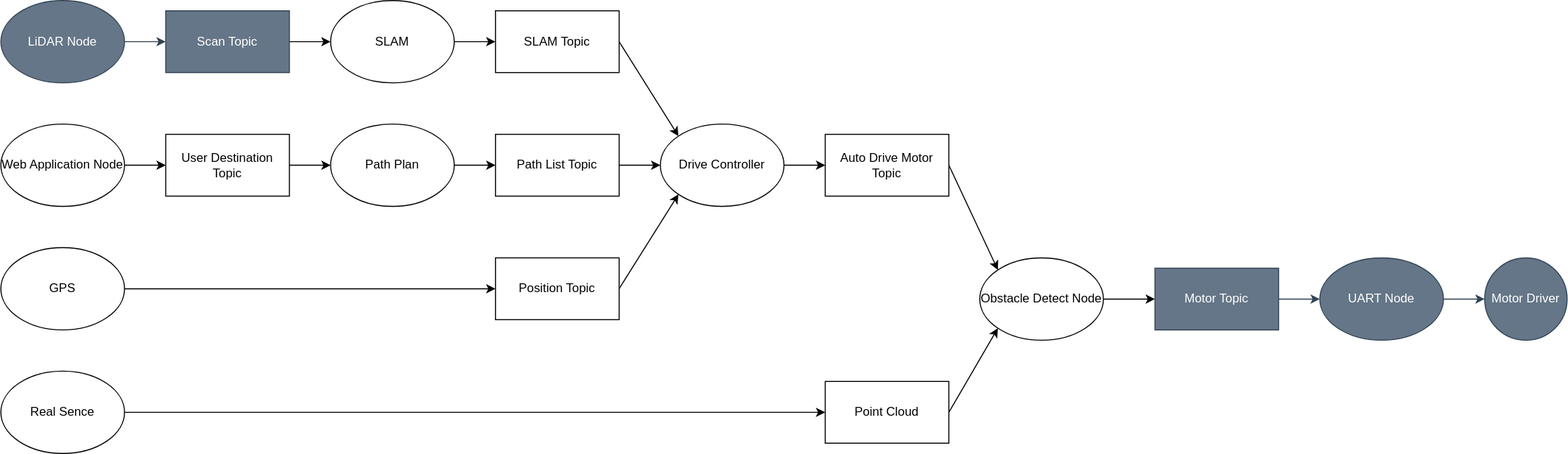
iCCD-MovingBoard/Ugokuita_ws keeps this draw.io diagram as 構成図.drawio.svg. Above is the earlier version. Source tidied: cells renumbered, new cells last; positions are measured from the earlier drawing's top-left corner, leaving out a move shared by most shapes.
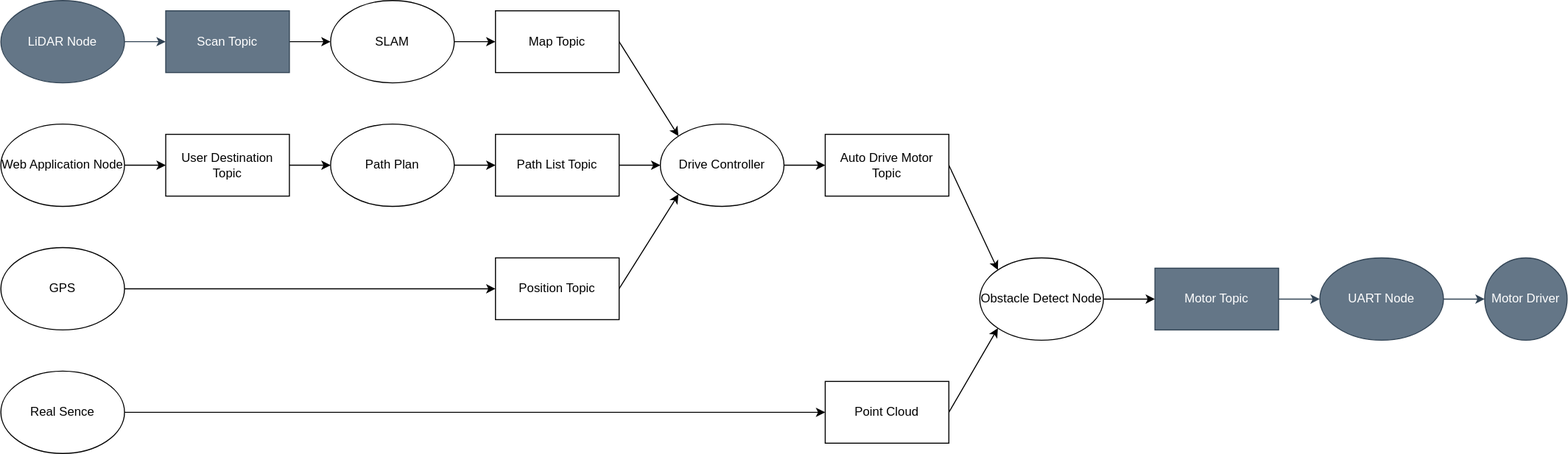
Later version of the same file.

Commit message:
構成図のSLAMのTopicの修正

What changed in the source:
```diff
@@ -41,7 +41,7 @@
     <mxCell id="14" style="edgeStyle=none;html=1;exitX=1;exitY=0.5;exitDx=0;exitDy=0;entryX=0;entryY=0;entryDx=0;entryDy=0;" parent="1" edge="1" source="15" target="19">
       <mxGeometry relative="1" as="geometry" />
     </mxCell>
-    <mxCell id="15" value="SLAM Topic" style="rounded=0;whiteSpace=wrap;html=1;" parent="1" vertex="1">
+    <mxCell id="15" value="Map Topic" style="rounded=0;whiteSpace=wrap;html=1;" parent="1" vertex="1">
       <mxGeometry x="480" y="10" width="120" height="60" as="geometry" />
     </mxCell>
     <mxCell id="16" style="edgeStyle=none;html=1;exitX=1;exitY=0.5;exitDx=0;exitDy=0;entryX=0;entryY=0.5;entryDx=0;entryDy=0;" parent="1" edge="1" source="17" target="19">
```
